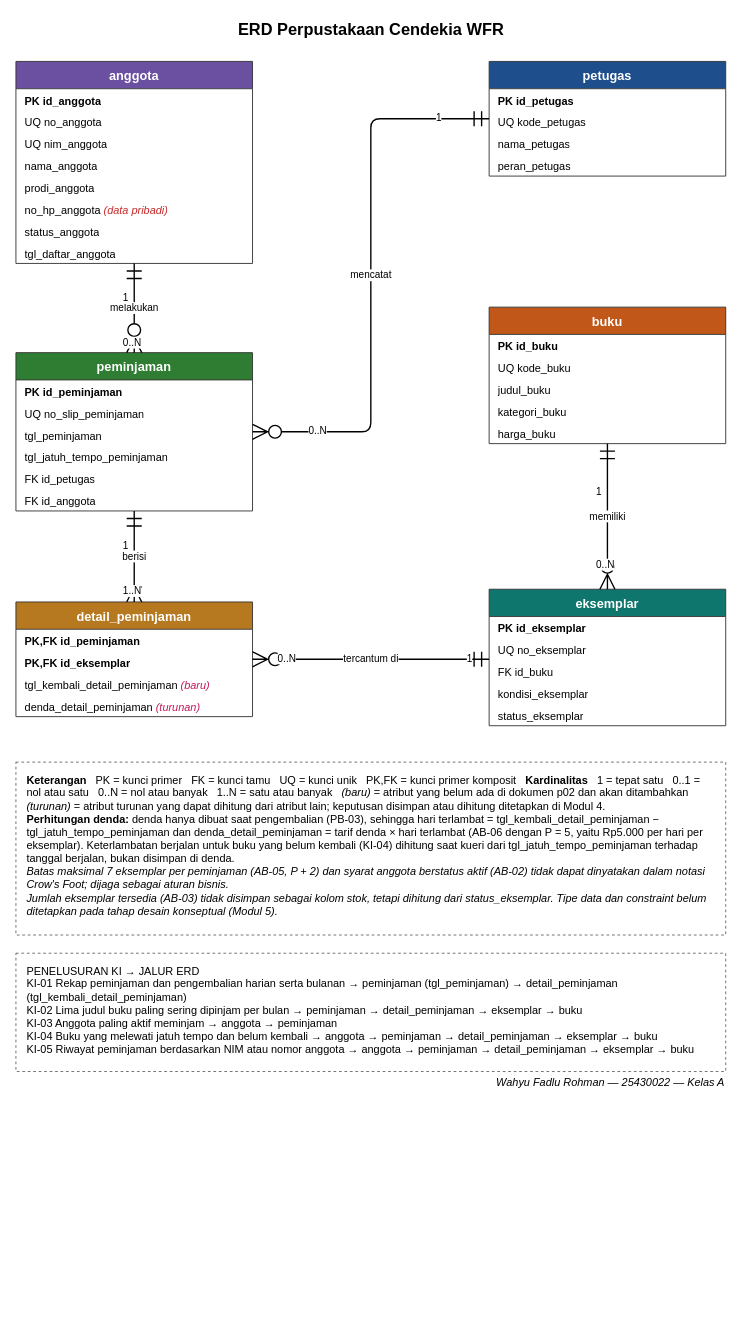
whyfadlurohman-lab/basisdata-25430022 keeps this draw.io diagram as p03_erd_25430022.drawio. Above is the earlier version. Source tidied: cells renumbered, new cells numbered last; positions are measured from the earlier drawing's top-left corner, leaving out a move shared by most shapes. Both pictures are drawn from the tidied source at 91%, with x=0, y=0 at pixel (15, 15).
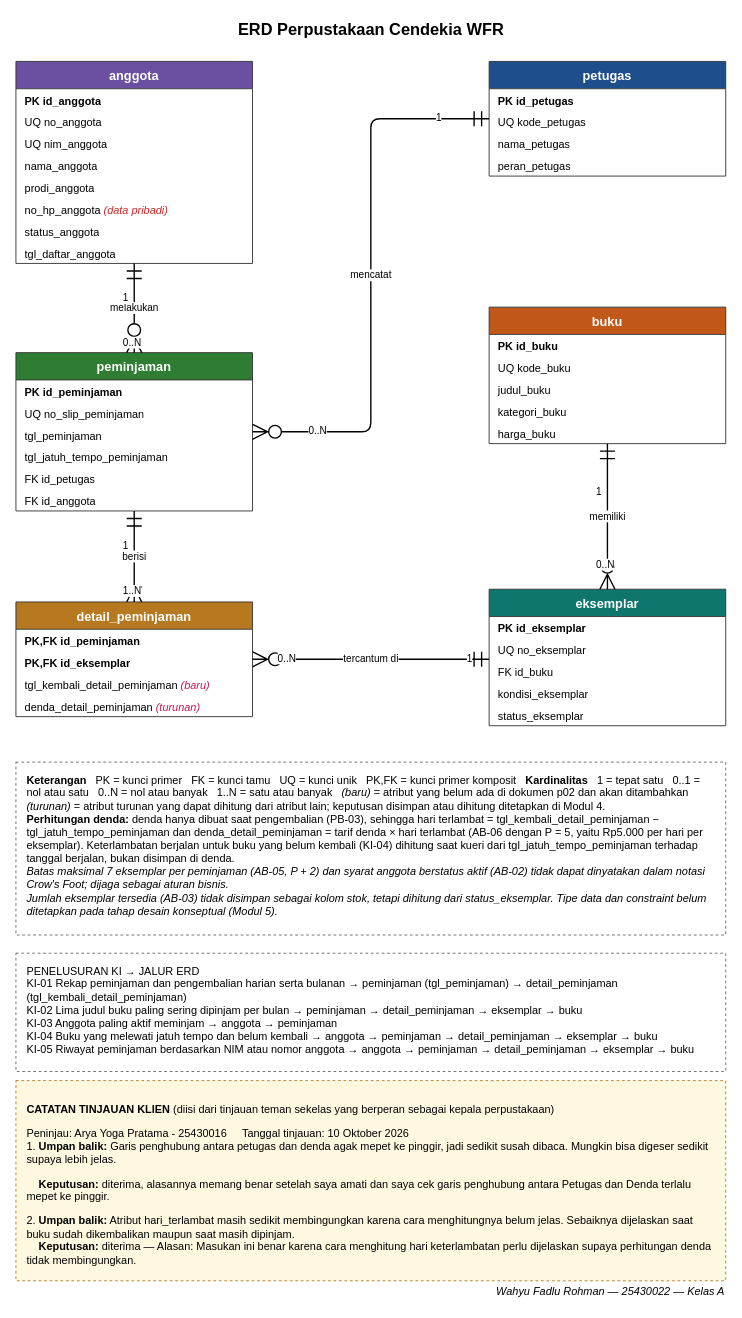
Above is the later version.

Change to the diagram source:
```diff
@@
+    <mxCell id="59" value="&lt;p&gt;&lt;strong&gt;CATATAN TINJAUAN KLIEN&lt;/strong&gt; (diisi dari tinjauan teman sekelas yang berperan sebagai kepala perpustakaan)&lt;/p&gt;&lt;span style=&quot;background-color: transparent; color: light-dark(rgb(0, 0, 0), rgb(237, 237, 237));&quot;&gt;Peninjau: Arya Yoga Pratama - 25430016&lt;/span&gt;&amp;nbsp; &amp;nbsp; &amp;nbsp;&lt;span style=&quot;background-color: transparent; color: light-dark(rgb(0, 0, 0), rgb(237, 237, 237));&quot;&gt;Tanggal tinjauan: 10 Oktober 2026&lt;/span&gt;&lt;br&gt;1.&amp;nbsp;&lt;strong style=&quot;background-color: transparent; color: light-dark(rgb(0, 0, 0), rgb(237, 237, 237));&quot;&gt;Umpan balik:&lt;/strong&gt;&lt;span style=&quot;background-color: transparent; color: light-dark(rgb(0, 0, 0), rgb(237, 237, 237));&quot;&gt; Garis penghubung antara petugas dan denda agak mepet ke pinggir, jadi sedikit susah dibaca. Mungkin bisa digeser sedikit supaya lebih jelas.&lt;/span&gt;&lt;div&gt;&lt;p data-pm-slice=&quot;1 1 [&amp;quot;ordered_list&amp;quot;,{&amp;quot;spread&amp;quot;:true,&amp;quot;startingNumber&amp;quot;:1,&amp;quot;start&amp;quot;:182,&amp;quot;end&amp;quot;:844},&amp;quot;regular_list_item&amp;quot;,{&amp;quot;start&amp;quot;:182,&amp;quot;end&amp;quot;:494}]&quot;&gt;&lt;strong&gt;&amp;nbsp; &amp;nbsp; Keputusan:&lt;/strong&gt; diterima, alasannya memang benar setelah saya amati dan saya cek garis penghubung antara Petugas dan Denda terlalu mepet ke pinggir.&lt;/p&gt;2.&amp;nbsp;&lt;strong style=&quot;background-color: transparent; color: light-dark(rgb(0, 0, 0), rgb(237, 237, 237));&quot;&gt;Umpan balik:&lt;/strong&gt;&lt;span style=&quot;background-color: transparent; color: light-dark(rgb(0, 0, 0), rgb(237, 237, 237));&quot;&gt; Atribut hari_terlambat masih sedikit membingungkan karena cara menghitungnya belum jelas. Sebaiknya dijelaskan saat buku sudah dikembalikan maupun saat masih dipinjam.&lt;/span&gt;&lt;br&gt;&amp;nbsp; &amp;nbsp;&amp;nbsp;&lt;strong style=&quot;background-color: transparent; color: light-dark(rgb(0, 0, 0), rgb(237, 237, 237));&quot;&gt;Keputusan:&lt;/strong&gt;&lt;span style=&quot;background-color: transparent; color: light-dark(rgb(0, 0, 0), rgb(237, 237, 237));&quot;&gt; diterima — Alasan: Masukan ini benar karena cara menghitung hari keterlambatan perlu dijelaskan supaya perhitungan denda tidak membingungkan.&lt;/span&gt;&lt;/div&gt;" style="rounded=0;whiteSpace=wrap;html=1;align=left;verticalAlign=top;spacingLeft=10;spacingRight=10;spacingTop=6;dashed=1;fontSize=12;fontColor=#000000;fillColor=#FFF8E1;strokeColor=#B7791F;" parent="1" vertex="1">
+      <mxGeometry y="1170" width="780" height="220" as="geometry" />
+    </mxCell>
     <mxCell id="43" value="Wahyu Fadlu Rohman — 25430022 — Kelas A" style="text;html=1;align=right;verticalAlign=middle;fontSize=12;fontStyle=2;" parent="1" vertex="1">
-      <mxGeometry x="420" y="1160" width="360" height="24" as="geometry" />
+      <mxGeometry x="420" y="1390" width="360" height="24" as="geometry" />
     </mxCell>
```
